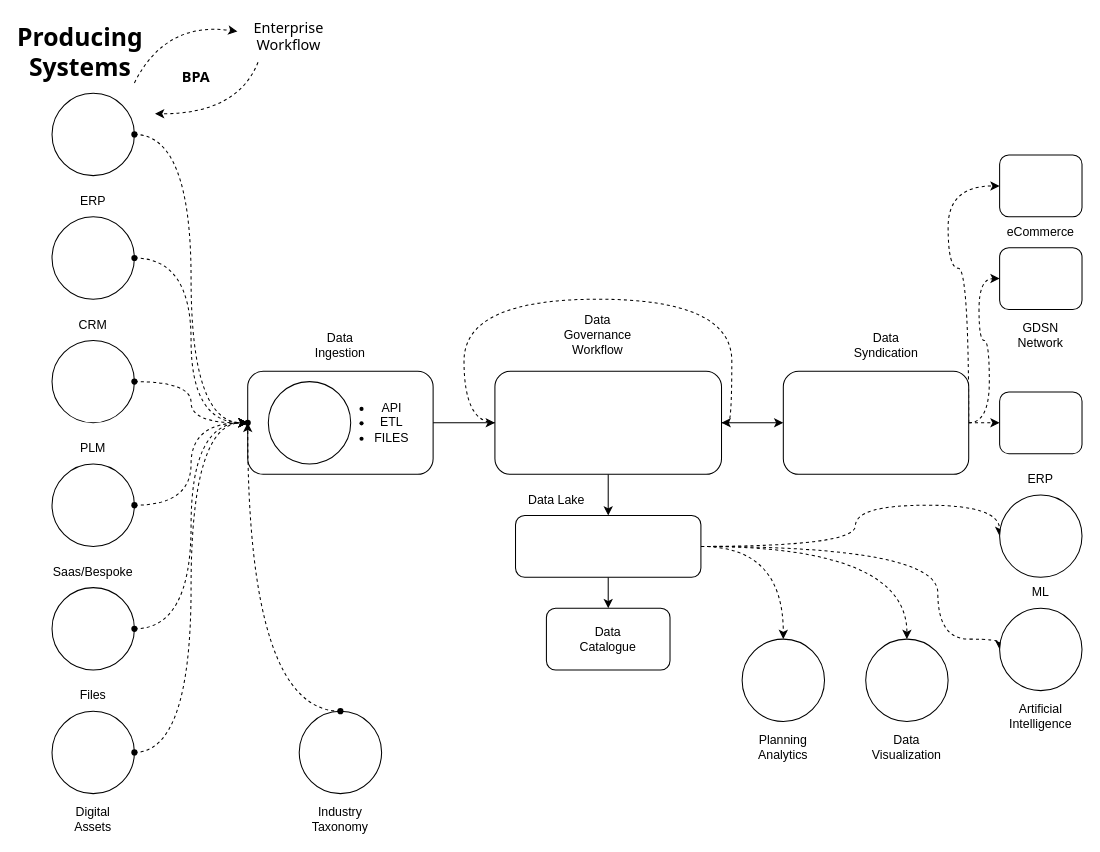
Before: Data Lifecycle.drawio in bellateixeira/bellateixeira, a draw.io diagram. Source tidied: cells renumbered, new cells numbered last; positions are measured from the earlier drawing's top-left corner, leaving out a move shared by most shapes. Both pictures are drawn from the tidied source at 103%, with x=0, y=0 at pixel (21, 21). Pictures stored in the file or linked from it are replaced by grey dashed boxes.
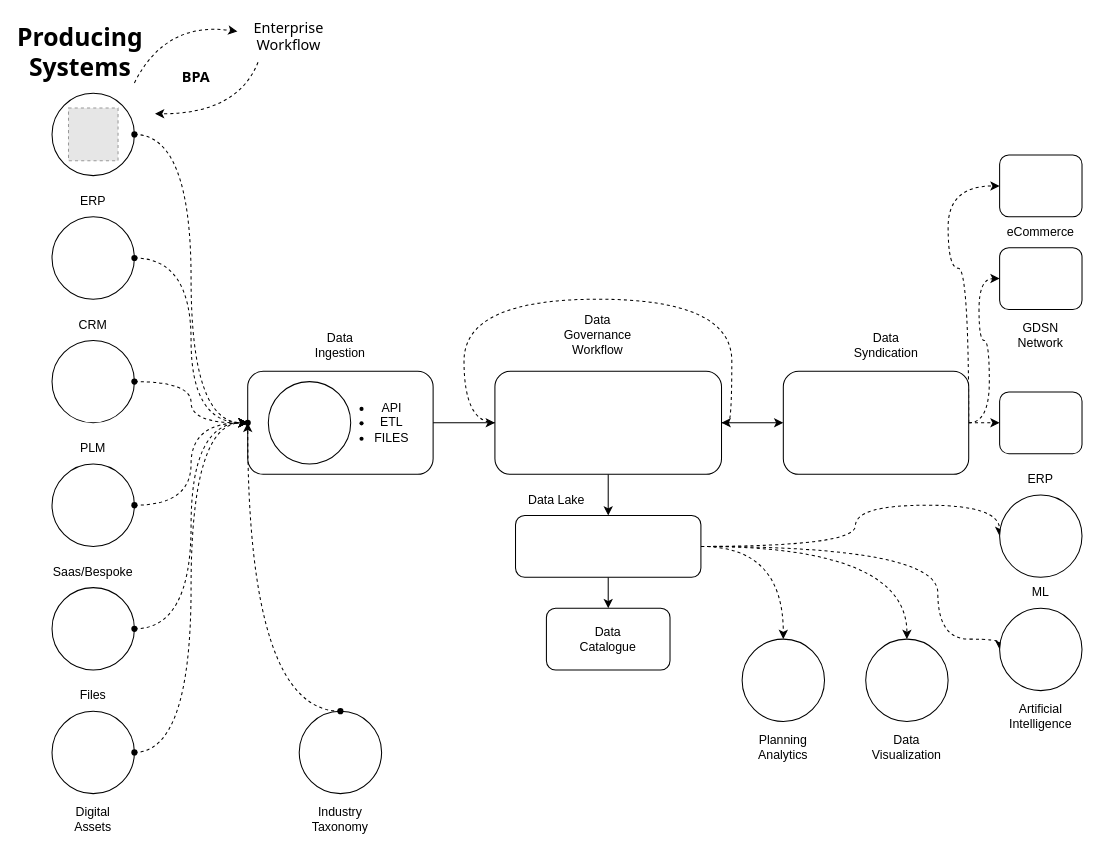
The same page after the edit.

What changed in the source:
```diff
@@
+    <mxCell id="76" style="fillColor=#E6E6E6;strokeColor=#999999;dashed=1;verticalLabelPosition=bottom;verticalAlign=top;" parent="1" vertex="1">
+      <mxGeometry x="46" y="84.4" width="48.1" height="51.1" as="geometry" />
+    </mxCell>
```
